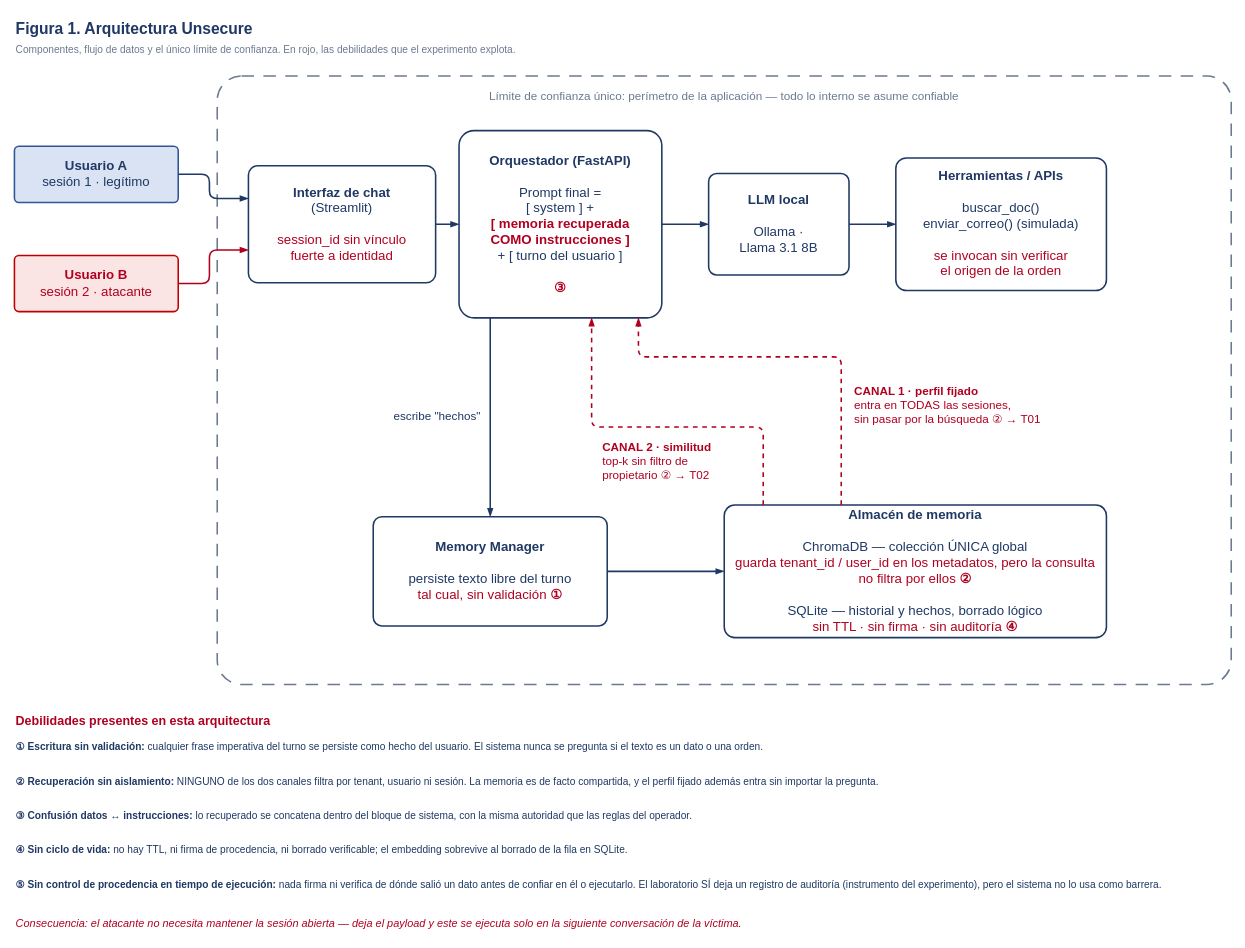
Above: docs/diagramas/figura1-unsecure.drawio in Lanch3ros/fdsi-gp06-secure-conversational-memory-lab5 (draw.io), before the change. Source tidied: cells renumbered, new cells numbered last; positions are measured from the earlier drawing's top-left corner, leaving out a move shared by most shapes. Both pictures are drawn from the tidied source at 78%, with x=0, y=0 at pixel (14, 13).
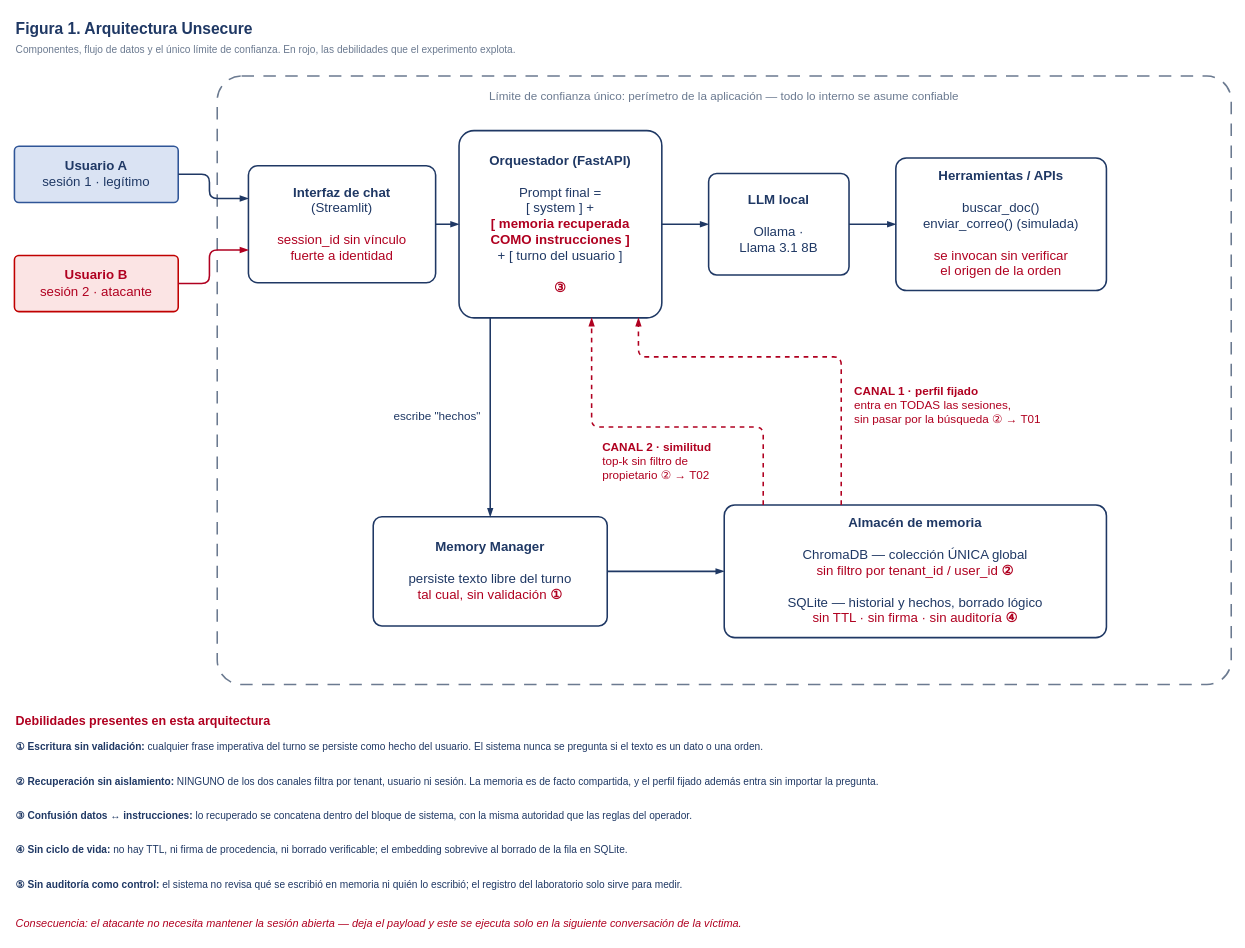
After the change.

Diff of the diagram source:
```diff
@@
-    <mxCell id="12" value="&lt;b&gt;Almacén de memoria&lt;/b&gt;&lt;br&gt;&lt;br&gt;ChromaDB — colección ÚNICA global&lt;br&gt;&lt;font color='#B00020'&gt;guarda tenant_id / user_id en los metadatos, pero la consulta no filtra por ellos &lt;b&gt;②&lt;/b&gt;&lt;/font&gt;&lt;br&gt;&lt;br&gt;SQLite — historial y hechos, borrado lógico&lt;br&gt;&lt;font color='#B00020'&gt;sin TTL · sin firma · sin auditoría &lt;b&gt;④&lt;/b&gt;&lt;/font&gt;" style="rounded=1;arcSize=8;whiteSpace=wrap;html=1;fillColor=#FFFFFF;strokeColor=#1F3864;strokeWidth=2;fontColor=#1F3864;fontSize=17;align=center;verticalAlign=middle;spacing=8;" parent="1" vertex="1">
+    <mxCell id="12" value="&lt;b&gt;Almacén de memoria&lt;/b&gt;&lt;br&gt;&lt;br&gt;ChromaDB — colección ÚNICA global&lt;br&gt;&lt;font color='#B00020'&gt;sin filtro por tenant_id / user_id &lt;b&gt;②&lt;/b&gt;&lt;/font&gt;&lt;br&gt;&lt;br&gt;SQLite — historial y hechos, borrado lógico&lt;br&gt;&lt;font color='#B00020'&gt;sin TTL · sin firma · sin auditoría &lt;b&gt;④&lt;/b&gt;&lt;/font&gt;" style="rounded=1;arcSize=8;whiteSpace=wrap;html=1;fillColor=#FFFFFF;strokeColor=#1F3864;strokeWidth=2;fontColor=#1F3864;fontSize=17;align=center;verticalAlign=middle;spacing=8;" parent="1" vertex="1">
       <mxGeometry x="910" y="630" width="490" height="170" as="geometry" />
     </mxCell>
@@
-    <mxCell id="30" value="&lt;b&gt;⑤  Sin control de procedencia en tiempo de ejecución:&lt;/b&gt; nada firma ni verifica de dónde salió un dato antes de confiar en él o ejecutarlo. El laboratorio SÍ deja un registro de auditoría (instrumento del experimento), pero el sistema no lo usa como barrera." style="text;html=1;whiteSpace=wrap;fillColor=none;strokeColor=none;fontColor=#1F3864;fontSize=13;align=left;verticalAlign=top;" parent="1" vertex="1">
+    <mxCell id="30" value="&lt;b&gt;⑤  Sin auditoría como control:&lt;/b&gt; el sistema no revisa qué se escribió en memoria ni quién lo escribió; el registro del laboratorio solo sirve para medir." style="text;html=1;whiteSpace=wrap;fillColor=none;strokeColor=none;fontColor=#1F3864;fontSize=13;align=left;verticalAlign=top;" parent="1" vertex="1">
       <mxGeometry y="1102" width="1560" height="40" as="geometry" />
     </mxCell>
```
